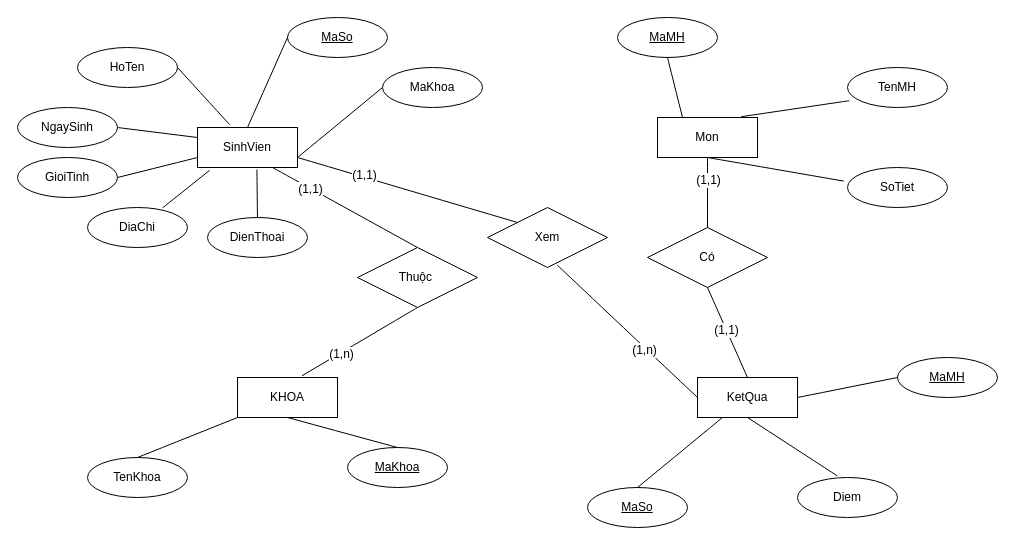
Andptrai/Workspaces keeps this draw.io diagram as quanniem.drawio. Above is the earlier version. Source tidied: cells renumbered, new cells numbered last; positions are measured from the earlier drawing's top-left corner, leaving out a move shared by most shapes. Both pictures are drawn from the tidied source at 100%, with x=0, y=0 at pixel (17, 17).
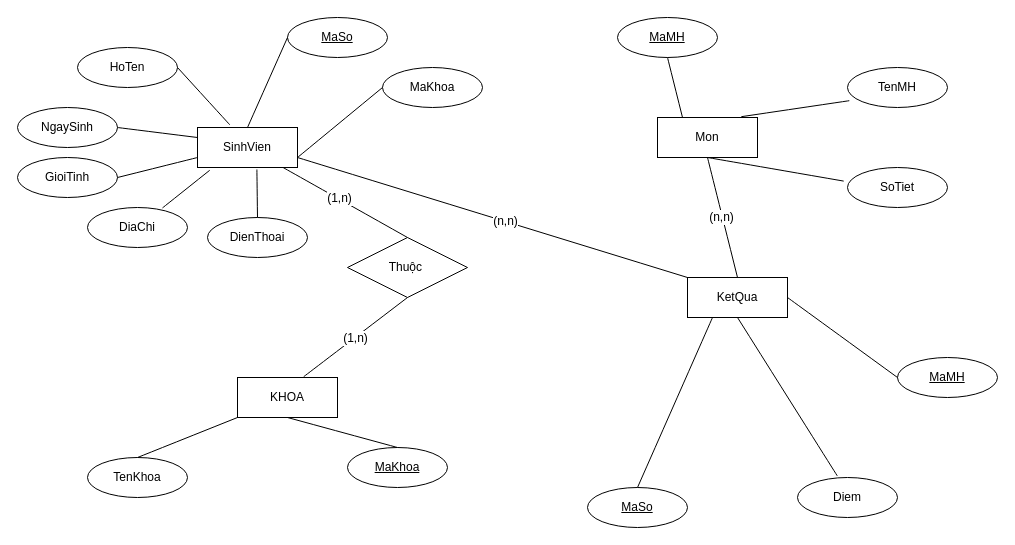
The same page after the edit.

Unchanged cells that the change refers to:
```xml
<mxCell id="2" value="SinhVien" style="whiteSpace=wrap;html=1;align=center;" parent="1" vertex="1">
  <mxGeometry x="180" y="110" width="100" height="40" as="geometry" />
</mxCell>
<mxCell id="10" value="Mon" style="whiteSpace=wrap;html=1;align=center;" parent="1" vertex="1">
  <mxGeometry x="640" y="100" width="100" height="40" as="geometry" />
</mxCell>
<mxCell id="14" value="KHOA" style="whiteSpace=wrap;html=1;align=center;" parent="1" vertex="1">
  <mxGeometry x="220" y="360" width="100" height="40" as="geometry" />
</mxCell>
```

Diff of the diagram source:
```diff
@@
     <mxCell id="17" value="KetQua" style="whiteSpace=wrap;html=1;align=center;" parent="1" vertex="1">
-      <mxGeometry x="680" y="360" width="100" height="40" as="geometry" />
+      <mxGeometry x="670" y="260" width="100" height="40" as="geometry" />
     </mxCell>
@@
     <mxCell id="36" value="Thuộc&amp;nbsp;" style="shape=rhombus;perimeter=rhombusPerimeter;whiteSpace=wrap;html=1;align=center;" parent="1" vertex="1">
-      <mxGeometry x="340" y="230" width="120" height="60" as="geometry" />
+      <mxGeometry x="330" y="220" width="120" height="60" as="geometry" />
     </mxCell>
-    <mxCell id="37" style="endArrow=none;html=1;rounded=0;fontSize=12;startSize=8;endSize=8;curved=1;exitX=0.75;exitY=1;exitDx=0;exitDy=0;entryX=0.5;entryY=0;entryDx=0;entryDy=0;" parent="1" edge="1" source="2" target="36">
+    <mxCell id="37" style="endArrow=none;html=1;rounded=0;fontSize=12;startSize=8;endSize=8;curved=1;entryX=0.5;entryY=0;entryDx=0;entryDy=0;" parent="1" edge="1" source="2" target="36">
       <mxGeometry relative="1" as="geometry" />
     </mxCell>
-    <mxCell id="38" value="(1,1)" style="edgeLabel;html=1;align=center;verticalAlign=middle;fontSize=12;" parent="37" vertex="1">
-      <mxGeometry x="-0.47" relative="1" as="geometry">
-        <mxPoint x="-1" as="offset" />
-      </mxGeometry>
-    </mxCell>
-    <mxCell id="39" style="endArrow=none;html=1;rounded=0;fontSize=12;startSize=8;endSize=8;curved=1;exitX=0.5;exitY=1;exitDx=0;exitDy=0;entryX=0.645;entryY=-0.044;entryDx=0;entryDy=0;entryPerimeter=0;" parent="1" edge="1" source="36" target="14">
-      <mxGeometry relative="1" as="geometry" />
-    </mxCell>
-    <mxCell id="40" value="(1,n)" style="edgeLabel;html=1;align=center;verticalAlign=middle;fontSize=12;" parent="39" vertex="1">
-      <mxGeometry x="0.34" y="1" relative="1" as="geometry" />
-    </mxCell>
-    <mxCell id="41" style="endArrow=none;html=1;rounded=0;fontSize=12;startSize=8;endSize=8;curved=1;entryX=0;entryY=0.5;entryDx=0;entryDy=0;exitX=0.581;exitY=0.959;exitDx=0;exitDy=0;exitPerimeter=0;" parent="1" edge="1" source="43" target="17">
-      <mxGeometry relative="1" as="geometry" />
-    </mxCell>
-    <mxCell id="42" value="(1,n)" style="edgeLabel;html=1;align=center;verticalAlign=middle;fontSize=12;" parent="41" vertex="1">
-      <mxGeometry x="0.26" y="-3" relative="1" as="geometry">
-        <mxPoint y="-1" as="offset" />
-      </mxGeometry>
-    </mxCell>
-    <mxCell id="43" value="Xem" style="shape=rhombus;perimeter=rhombusPerimeter;whiteSpace=wrap;html=1;align=center;" parent="1" vertex="1">
-      <mxGeometry x="470" y="190" width="120" height="60" as="geometry" />
-    </mxCell>
-    <mxCell id="44" style="endArrow=none;html=1;rounded=0;fontSize=12;startSize=8;endSize=8;curved=1;exitX=1;exitY=0.75;exitDx=0;exitDy=0;entryX=0;entryY=0;entryDx=0;entryDy=0;" parent="1" edge="1" source="2" target="43">
-      <mxGeometry relative="1" as="geometry" />
-    </mxCell>
-    <mxCell id="45" value="(1,1)" style="edgeLabel;html=1;align=center;verticalAlign=middle;fontSize=12;" parent="44" vertex="1">
-      <mxGeometry x="-0.4" y="2" relative="1" as="geometry" />
-    </mxCell>
-    <mxCell id="46" value="Có" style="shape=rhombus;perimeter=rhombusPerimeter;whiteSpace=wrap;html=1;align=center;" parent="1" vertex="1">
-      <mxGeometry x="630" y="210" width="120" height="60" as="geometry" />
-    </mxCell>
-    <mxCell id="47" style="endArrow=none;html=1;rounded=0;fontSize=12;startSize=8;endSize=8;curved=1;exitX=0.5;exitY=1;exitDx=0;exitDy=0;entryX=0.5;entryY=0;entryDx=0;entryDy=0;" parent="1" edge="1" source="46" target="17">
-      <mxGeometry relative="1" as="geometry" />
-    </mxCell>
-    <mxCell id="48" value="(1,1)" style="edgeLabel;html=1;align=center;verticalAlign=middle;fontSize=12;" parent="47" vertex="1">
-      <mxGeometry x="-0.07" relative="1" as="geometry" />
-    </mxCell>
-    <mxCell id="49" style="endArrow=none;html=1;rounded=0;fontSize=12;startSize=8;endSize=8;curved=1;exitX=0.5;exitY=1;exitDx=0;exitDy=0;entryX=0.5;entryY=0;entryDx=0;entryDy=0;" parent="1" edge="1" source="10" target="46">
-      <mxGeometry relative="1" as="geometry" />
-    </mxCell>
-    <mxCell id="50" value="(1,1)" style="edgeLabel;html=1;align=center;verticalAlign=middle;fontSize=12;" parent="49" vertex="1">
-      <mxGeometry x="-0.38" relative="1" as="geometry" />
-    </mxCell>
+    <mxCell id="51" value="(1,n)" style="edgeLabel;html=1;align=center;verticalAlign=middle;fontSize=12;" parent="37" vertex="1">
+      <mxGeometry x="-0.1" y="1" relative="1" as="geometry" />
+    </mxCell>
+    <mxCell id="52" style="endArrow=none;html=1;rounded=0;fontSize=12;startSize=8;endSize=8;curved=1;exitX=0.662;exitY=-0.02;exitDx=0;exitDy=0;exitPerimeter=0;entryX=0.5;entryY=1;entryDx=0;entryDy=0;" parent="1" edge="1" source="14" target="36">
+      <mxGeometry relative="1" as="geometry" />
+    </mxCell>
+    <mxCell id="53" value="(1,n)" style="edgeLabel;html=1;align=center;verticalAlign=middle;fontSize=12;" parent="52" vertex="1">
+      <mxGeometry x="-0.02" relative="1" as="geometry" />
+    </mxCell>
+    <mxCell id="54" style="endArrow=none;html=1;rounded=0;fontSize=12;startSize=8;endSize=8;curved=1;exitX=1;exitY=0.75;exitDx=0;exitDy=0;entryX=0;entryY=0;entryDx=0;entryDy=0;" parent="1" edge="1" source="2" target="17">
+      <mxGeometry relative="1" as="geometry" />
+    </mxCell>
+    <mxCell id="55" value="(n,n)" style="edgeLabel;html=1;align=center;verticalAlign=middle;fontSize=12;" parent="54" vertex="1">
+      <mxGeometry x="0.07" y="1" relative="1" as="geometry">
+        <mxPoint x="-1" as="offset" />
+      </mxGeometry>
+    </mxCell>
+    <mxCell id="56" style="endArrow=none;html=1;rounded=0;fontSize=12;startSize=8;endSize=8;curved=1;exitX=0.5;exitY=1;exitDx=0;exitDy=0;entryX=0.5;entryY=0;entryDx=0;entryDy=0;" parent="1" edge="1" source="10" target="17">
+      <mxGeometry relative="1" as="geometry" />
+    </mxCell>
+    <mxCell id="57" value="(n,n)" style="edgeLabel;html=1;align=center;verticalAlign=middle;fontSize=12;" parent="56" vertex="1">
+      <mxGeometry x="-0.02" y="-1" relative="1" as="geometry" />
+    </mxCell>
```
